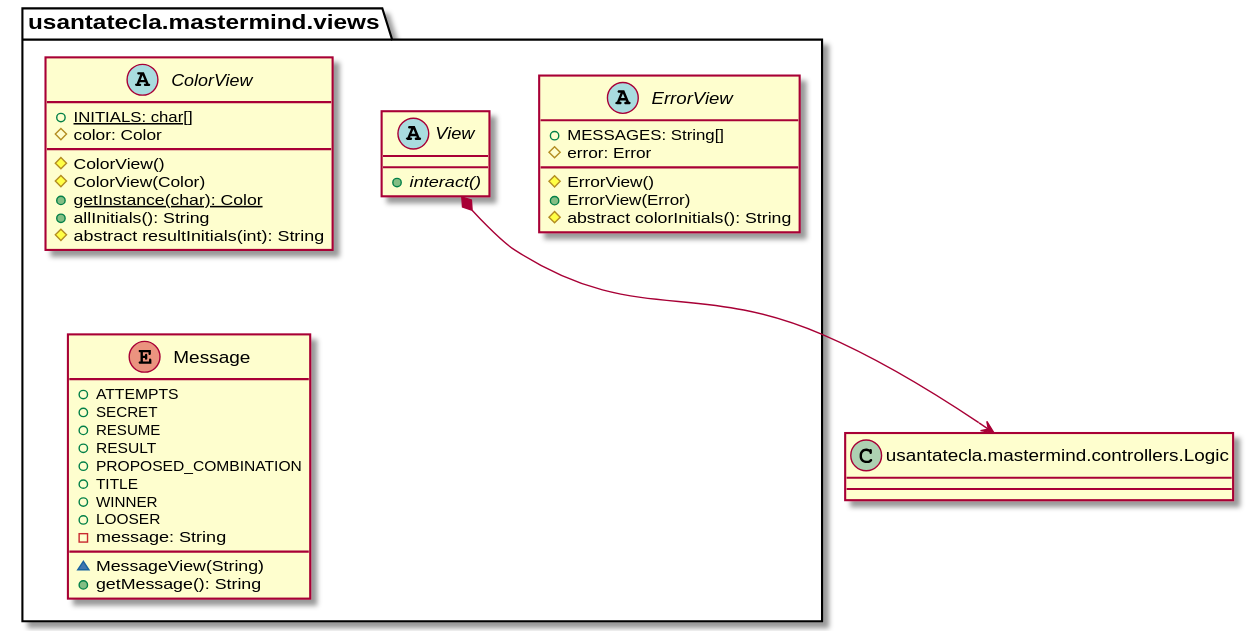
Above: modelViewPresenter/presentationModel/withoutDoubleDispatching/docs/diagrams/out/paquetes/usantatecla.mastermind.views.svg in SantaTecla-mastermind/solution.java.swing.socket.sql (PlantUML), before the change.
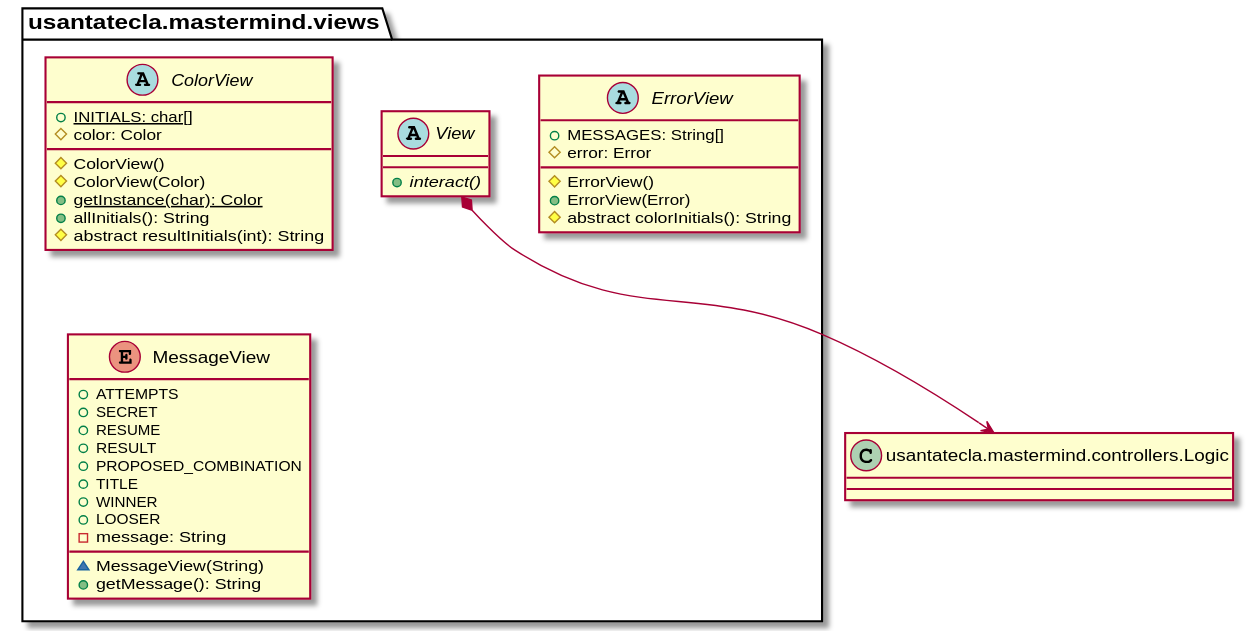
The same diagram one commit later.

Diff of the diagram source:
```diff
@@ -17,7 +17,7 @@
 # abstract colorInitials(): String
 }
 
- enum  usantatecla.mastermind.views.Message{
+ enum  usantatecla.mastermind.views.MessageView{
 + ATTEMPTS
 + SECRET
 + RESUME
```
